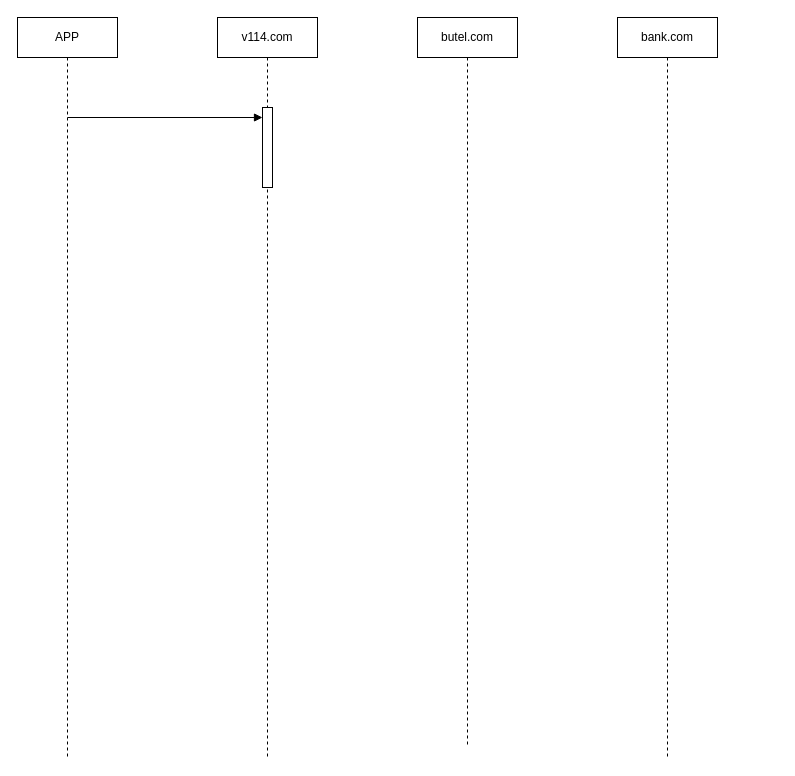
ssllkkyy/UML keeps this draw.io diagram as page "Page-1" (1 of 2) of 去红云cdn.drawio. Above is the earlier version. Source tidied: cells renumbered, new cells numbered last; positions are measured from the earlier drawing's top-left corner, leaving out a move shared by most shapes. Both pictures are drawn from the tidied source at 100%, with x=0, y=0 at pixel (17, 17).
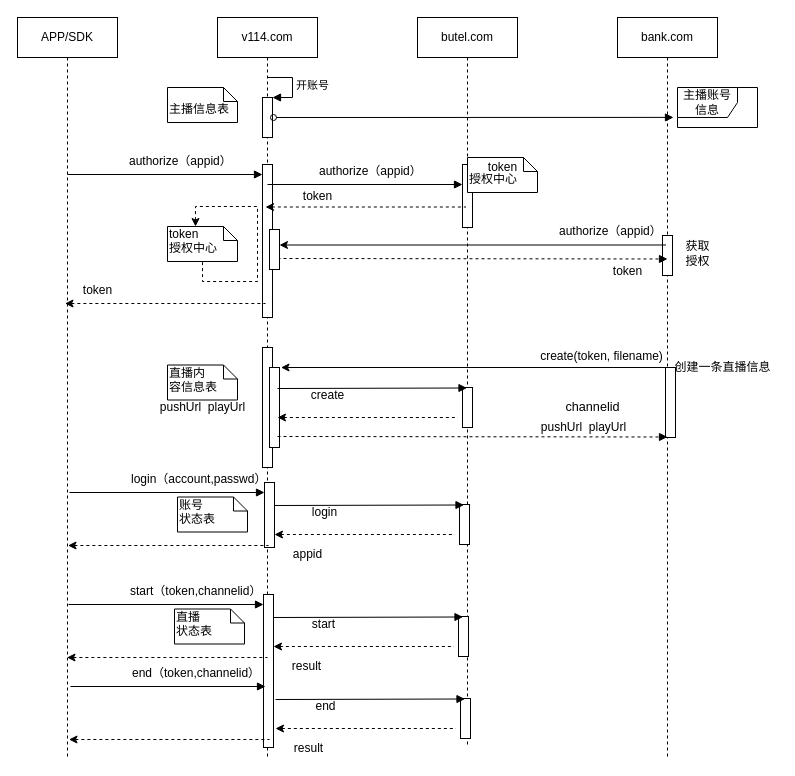
After the change.

The change refers to these unchanged cells:
```xml
<mxCell id="3" value="v114.com" style="shape=umlLifeline;perimeter=lifelinePerimeter;whiteSpace=wrap;html=1;" parent="1" vertex="1">
  <mxGeometry x="200" width="100" height="740" as="geometry" />
</mxCell>
<mxCell id="5" value="butel.com" style="shape=umlLifeline;perimeter=lifelinePerimeter;whiteSpace=wrap;html=1;" parent="1" vertex="1">
  <mxGeometry x="400" width="100" height="730" as="geometry" />
</mxCell>
<mxCell id="6" value="bank.com" style="shape=umlLifeline;perimeter=lifelinePerimeter;whiteSpace=wrap;html=1;" parent="1" vertex="1">
  <mxGeometry x="600" width="100" height="740" as="geometry" />
</mxCell>
```

Diff of the diagram source:
```diff
@@
-    <mxCell id="2" value="APP" style="shape=umlLifeline;perimeter=lifelinePerimeter;whiteSpace=wrap;html=1;" parent="1" vertex="1">
+    <mxCell id="2" value="APP/SDK" style="shape=umlLifeline;perimeter=lifelinePerimeter;whiteSpace=wrap;html=1;" parent="1" vertex="1">
       <mxGeometry width="100" height="740" as="geometry" />
     </mxCell>
@@
     <mxCell id="4" style="html=1;points=[];perimeter=orthogonalPerimeter;" parent="3" vertex="1">
-      <mxGeometry x="45" y="90" width="10" height="80" as="geometry" />
+      <mxGeometry x="45" y="147" width="10" height="153" as="geometry" />
     </mxCell>
+    <mxCell id="8" style="html=1;points=[];perimeter=orthogonalPerimeter;" parent="3" vertex="1">
+      <mxGeometry x="45" y="80" width="10" height="40" as="geometry" />
+    </mxCell>
+    <mxCell id="9" value="开账号" style="edgeStyle=orthogonalEdgeStyle;html=1;align=left;spacingLeft=2;endArrow=block;rounded=0;entryX=1;entryY=0;" parent="3" edge="1" target="8">
+      <mxGeometry relative="1" as="geometry">
+        <mxPoint x="50" y="60" as="sourcePoint" />
+        <Array as="points">
+          <mxPoint x="75" y="60" />
+        </Array>
+      </mxGeometry>
+    </mxCell>
+    <mxCell id="10" style="html=1;perimeter=orthogonalPerimeter;" parent="3" vertex="1">
+      <mxGeometry x="45" y="330" width="10" height="120" as="geometry" />
+    </mxCell>
@@
+    <mxCell id="11" style="html=1;perimeter=orthogonalPerimeter;" parent="5" vertex="1">
+      <mxGeometry x="45" y="147" width="10" height="63" as="geometry" />
+    </mxCell>
+    <mxCell id="12" style="html=1;perimeter=orthogonalPerimeter;" parent="5" vertex="1">
+      <mxGeometry x="45" y="370" width="10" height="40" as="geometry" />
+    </mxCell>
@@
+    <mxCell id="13" style="html=1;perimeter=orthogonalPerimeter;" parent="6" vertex="1">
+      <mxGeometry x="45" y="218" width="10" height="40" as="geometry" />
+    </mxCell>
+    <mxCell id="14" style="html=1;perimeter=orthogonalPerimeter;" parent="6" vertex="1">
+      <mxGeometry x="48" y="350" width="10" height="70" as="geometry" />
+    </mxCell>
     <mxCell id="7" style="html=1;verticalAlign=bottom;endArrow=block;" parent="1" edge="1" target="4">
       <mxGeometry x="1" y="71" relative="1" as="geometry">
-        <mxPoint x="50" y="100" as="sourcePoint" />
+        <mxPoint x="50" y="157" as="sourcePoint" />
         <mxPoint x="10" y="1" as="offset" />
       </mxGeometry>
     </mxCell>
+    <mxCell id="15" value="主播账号信息" style="shape=umlFrame;whiteSpace=wrap;html=1;" parent="1" vertex="1">
+      <mxGeometry x="660" y="70" width="80" height="40" as="geometry" />
+    </mxCell>
+    <mxCell id="16" style="endArrow=block;startArrow=oval;endFill=1;startFill=0;html=1;entryX=0.5;entryY=0.135;entryDx=0;entryDy=0;entryPerimeter=0;" parent="1" edge="1">
+      <mxGeometry relative="1" as="geometry">
+        <mxPoint x="256" y="100" as="sourcePoint" />
+        <mxPoint x="656" y="99.9" as="targetPoint" />
+      </mxGeometry>
+    </mxCell>
+    <mxCell id="17" value="&lt;br&gt;主播信息表" style="shape=note;whiteSpace=wrap;html=1;size=14;verticalAlign=top;align=left;spacingTop=-6;" parent="1" vertex="1">
+      <mxGeometry x="150" y="70" width="70" height="35" as="geometry" />
+    </mxCell>
+    <mxCell id="18" value="authorize（appid）" style="text;html=1;" parent="1" vertex="1">
+      <mxGeometry x="110" y="130" width="110" height="30" as="geometry" />
+    </mxCell>
+    <mxCell id="19" style="html=1;verticalAlign=bottom;endArrow=none;startArrow=classic;startFill=1;endFill=0;dashed=1;" parent="1" edge="1">
+      <mxGeometry x="1" y="71" relative="1" as="geometry">
+        <mxPoint x="47.5" y="286" as="sourcePoint" />
+        <mxPoint x="248" y="286" as="targetPoint" />
+        <mxPoint x="10" y="1" as="offset" />
+      </mxGeometry>
+    </mxCell>
+    <mxCell id="20" value="token" style="text;html=1;align=center;verticalAlign=middle;" parent="1" vertex="1">
+      <mxGeometry x="60" y="263" width="40" height="20" as="geometry" />
+    </mxCell>
+    <mxCell id="21" style="html=1;verticalAlign=bottom;endArrow=block;" parent="1" edge="1">
+      <mxGeometry x="1" y="71" relative="1" as="geometry">
+        <mxPoint x="250" y="167" as="sourcePoint" />
+        <mxPoint x="445" y="167" as="targetPoint" />
+        <mxPoint x="10" y="1" as="offset" />
+      </mxGeometry>
+    </mxCell>
+    <mxCell id="22" style="html=1;verticalAlign=bottom;endArrow=none;startArrow=classic;startFill=1;endFill=0;dashed=1;" parent="1" edge="1">
+      <mxGeometry x="1" y="71" relative="1" as="geometry">
+        <mxPoint x="248" y="189.5" as="sourcePoint" />
+        <mxPoint x="448.5" y="189.5" as="targetPoint" />
+        <mxPoint x="10" y="1" as="offset" />
+      </mxGeometry>
+    </mxCell>
+    <mxCell id="23" value="token" style="text;html=1;align=center;verticalAlign=middle;" parent="1" vertex="1">
+      <mxGeometry x="280" y="169" width="40" height="20" as="geometry" />
+    </mxCell>
+    <mxCell id="24" value="authorize（appid）" style="text;html=1;" parent="1" vertex="1">
+      <mxGeometry x="300" y="140" width="110" height="30" as="geometry" />
+    </mxCell>
+    <mxCell id="25" value="&lt;br&gt;授权中心" style="shape=note;whiteSpace=wrap;html=1;size=14;verticalAlign=top;align=left;spacingTop=-6;" parent="1" vertex="1">
+      <mxGeometry x="450" y="140" width="70" height="35" as="geometry" />
+    </mxCell>
+    <mxCell id="26" style="html=1;verticalAlign=bottom;endArrow=none;startArrow=classic;startFill=1;endFill=0;" parent="1" edge="1" source="30">
+      <mxGeometry x="1" y="71" relative="1" as="geometry">
+        <mxPoint x="648.5" y="227.5" as="targetPoint" />
+        <mxPoint x="10" y="1" as="offset" />
+      </mxGeometry>
+    </mxCell>
+    <mxCell id="27" value="token" style="text;html=1;align=center;verticalAlign=middle;" parent="1" vertex="1">
+      <mxGeometry x="465" y="140" width="40" height="20" as="geometry" />
+    </mxCell>
+    <mxCell id="28" style="html=1;verticalAlign=bottom;endArrow=block;dashed=1;" parent="1" edge="1">
+      <mxGeometry x="1" y="71" relative="1" as="geometry">
+        <mxPoint x="260" y="241" as="sourcePoint" />
+        <mxPoint x="650" y="241.5" as="targetPoint" />
+        <mxPoint x="10" y="1" as="offset" />
+      </mxGeometry>
+    </mxCell>
+    <mxCell id="29" value="获取&lt;br&gt;授权" style="text;html=1;align=center;verticalAlign=middle;" parent="1" vertex="1">
+      <mxGeometry x="660" y="221" width="40" height="30" as="geometry" />
+    </mxCell>
+    <mxCell id="30" style="html=1;points=[];perimeter=orthogonalPerimeter;" parent="1" vertex="1">
+      <mxGeometry x="252" y="212" width="10" height="40" as="geometry" />
+    </mxCell>
+    <mxCell id="31" value="authorize（appid）" style="text;html=1;" parent="1" vertex="1">
+      <mxGeometry x="540" y="200" width="110" height="30" as="geometry" />
+    </mxCell>
+    <mxCell id="32" value="token" style="text;html=1;align=center;verticalAlign=middle;" parent="1" vertex="1">
+      <mxGeometry x="590" y="244" width="40" height="20" as="geometry" />
+    </mxCell>
+    <mxCell id="33" style="html=1;verticalAlign=bottom;endArrow=none;startArrow=classic;startFill=1;endFill=0;" parent="1" edge="1">
+      <mxGeometry x="1" y="71" relative="1" as="geometry">
+        <mxPoint x="263.5" y="350" as="sourcePoint" />
+        <mxPoint x="650" y="350" as="targetPoint" />
+        <mxPoint x="10" y="1" as="offset" />
+      </mxGeometry>
+    </mxCell>
+    <mxCell id="34" style="html=1;perimeter=orthogonalPerimeter;" parent="1" vertex="1">
+      <mxGeometry x="252" y="350" width="10" height="80" as="geometry" />
+    </mxCell>
+    <mxCell id="35" style="html=1;verticalAlign=bottom;endArrow=block;dashed=1;" parent="1" edge="1">
+      <mxGeometry x="1" y="71" relative="1" as="geometry">
+        <mxPoint x="260" y="419" as="sourcePoint" />
+        <mxPoint x="650" y="419.5" as="targetPoint" />
+        <mxPoint x="10" y="1" as="offset" />
+      </mxGeometry>
+    </mxCell>
+    <mxCell id="36" value="创建一条直播信息" style="text;html=1;align=center;verticalAlign=middle;" parent="1" vertex="1">
+      <mxGeometry x="650" y="340" width="110" height="20" as="geometry" />
+    </mxCell>
+    <mxCell id="37" value="create(token, filename)" style="text;html=1;align=center;verticalAlign=middle;" parent="1" vertex="1">
+      <mxGeometry x="514" y="329" width="140" height="20" as="geometry" />
+    </mxCell>
+    <mxCell id="38" value="pushUrl&amp;nbsp; playUrl" style="text;html=1;align=center;verticalAlign=middle;" parent="1" vertex="1">
+      <mxGeometry x="516" y="400" width="100" height="20" as="geometry" />
+    </mxCell>
+    <mxCell id="39" style="html=1;verticalAlign=bottom;endArrow=block;" parent="1" edge="1">
+      <mxGeometry x="1" y="71" relative="1" as="geometry">
+        <mxPoint x="260" y="371" as="sourcePoint" />
+        <mxPoint x="449.5" y="370.5" as="targetPoint" />
+        <mxPoint x="10" y="1" as="offset" />
+      </mxGeometry>
+    </mxCell>
+    <mxCell id="40" style="html=1;verticalAlign=bottom;endArrow=none;startArrow=classic;startFill=1;endFill=0;dashed=1;" parent="1" edge="1">
+      <mxGeometry x="1" y="71" relative="1" as="geometry">
+        <mxPoint x="260" y="400" as="sourcePoint" />
+        <mxPoint x="440.5" y="400" as="targetPoint" />
+        <mxPoint x="10" y="1" as="offset" />
+      </mxGeometry>
+    </mxCell>
+    <mxCell id="41" value="create" style="text;html=1;align=center;verticalAlign=middle;" parent="1" vertex="1">
+      <mxGeometry x="285" y="368" width="50" height="20" as="geometry" />
+    </mxCell>
+    <mxCell id="42" value="pushUrl&amp;nbsp; playUrl" style="text;html=1;align=center;verticalAlign=middle;" parent="1" vertex="1">
+      <mxGeometry x="135" y="380" width="100" height="20" as="geometry" />
+    </mxCell>
+    <mxCell id="43" value="直播内&lt;br&gt;容信息表" style="shape=note;whiteSpace=wrap;html=1;size=14;verticalAlign=top;align=left;spacingTop=-6;" parent="1" vertex="1">
+      <mxGeometry x="150" y="347.5" width="70" height="35" as="geometry" />
+    </mxCell>
+    <mxCell id="44" value="token&lt;br&gt;授权中心" style="shape=note;whiteSpace=wrap;html=1;size=14;verticalAlign=top;align=left;spacingTop=-6;" parent="1" vertex="1">
+      <mxGeometry x="150" y="209" width="70" height="35" as="geometry" />
+    </mxCell>
+    <mxCell id="45" style="edgeStyle=orthogonalEdgeStyle;rounded=0;orthogonalLoop=1;jettySize=auto;html=1;exitX=0;exitY=0;exitDx=28;exitDy=0;exitPerimeter=0;dashed=1;startArrow=classic;startFill=1;endArrow=none;endFill=0;" parent="1" edge="1" source="44" target="44">
+      <mxGeometry relative="1" as="geometry" />
+    </mxCell>
+    <mxCell id="46" style="html=1;points=[];perimeter=orthogonalPerimeter;" parent="1" vertex="1">
+      <mxGeometry x="247" y="465" width="10" height="65" as="geometry" />
+    </mxCell>
+    <mxCell id="47" style="html=1;verticalAlign=bottom;endArrow=block;" parent="1" edge="1" target="46">
+      <mxGeometry x="1" y="71" relative="1" as="geometry">
+        <mxPoint x="52" y="475" as="sourcePoint" />
+        <mxPoint x="10" y="1" as="offset" />
+      </mxGeometry>
+    </mxCell>
+    <mxCell id="48" value="login（account,passwd）" style="text;html=1;" parent="1" vertex="1">
+      <mxGeometry x="112" y="448" width="110" height="30" as="geometry" />
+    </mxCell>
+    <mxCell id="49" style="html=1;verticalAlign=bottom;endArrow=none;startArrow=classic;startFill=1;endFill=0;dashed=1;" parent="1" edge="1">
+      <mxGeometry x="1" y="71" relative="1" as="geometry">
+        <mxPoint x="50.5" y="528" as="sourcePoint" />
+        <mxPoint x="251" y="528" as="targetPoint" />
+        <mxPoint x="10" y="1" as="offset" />
+      </mxGeometry>
+    </mxCell>
+    <mxCell id="50" value="appid" style="text;html=1;align=center;verticalAlign=middle;" parent="1" vertex="1">
+      <mxGeometry x="270" y="527" width="40" height="20" as="geometry" />
+    </mxCell>
+    <mxCell id="51" style="html=1;perimeter=orthogonalPerimeter;" parent="1" vertex="1">
+      <mxGeometry x="442" y="487" width="10" height="40" as="geometry" />
+    </mxCell>
+    <mxCell id="52" style="html=1;verticalAlign=bottom;endArrow=block;" parent="1" edge="1">
+      <mxGeometry x="1" y="71" relative="1" as="geometry">
+        <mxPoint x="257" y="488" as="sourcePoint" />
+        <mxPoint x="446.5" y="487.5" as="targetPoint" />
+        <mxPoint x="10" y="1" as="offset" />
+      </mxGeometry>
+    </mxCell>
+    <mxCell id="53" style="html=1;verticalAlign=bottom;endArrow=none;startArrow=classic;startFill=1;endFill=0;dashed=1;" parent="1" edge="1">
+      <mxGeometry x="1" y="71" relative="1" as="geometry">
+        <mxPoint x="257" y="517" as="sourcePoint" />
+        <mxPoint x="437.5" y="517" as="targetPoint" />
+        <mxPoint x="10" y="1" as="offset" />
+      </mxGeometry>
+    </mxCell>
+    <mxCell id="54" value="login" style="text;html=1;align=center;verticalAlign=middle;" parent="1" vertex="1">
+      <mxGeometry x="287" y="485" width="40" height="20" as="geometry" />
+    </mxCell>
+    <mxCell id="55" value="&lt;p class=&quot;MsoNormal&quot;&gt;&lt;span style=&quot;font-size: 9.5pt&quot;&gt;channelid&lt;/span&gt;&lt;/p&gt;" style="text;html=1;align=center;verticalAlign=middle;" parent="1" vertex="1">
+      <mxGeometry x="540" y="370" width="70" height="40" as="geometry" />
+    </mxCell>
+    <mxCell id="56" style="html=1;points=[];perimeter=orthogonalPerimeter;" parent="1" vertex="1">
+      <mxGeometry x="246" y="577" width="10" height="153" as="geometry" />
+    </mxCell>
+    <mxCell id="57" style="html=1;verticalAlign=bottom;endArrow=block;" parent="1" edge="1" target="56">
+      <mxGeometry x="1" y="71" relative="1" as="geometry">
+        <mxPoint x="51" y="587" as="sourcePoint" />
+        <mxPoint x="10" y="1" as="offset" />
+      </mxGeometry>
+    </mxCell>
+    <mxCell id="58" value="start（token,channelid）" style="text;html=1;" parent="1" vertex="1">
+      <mxGeometry x="111" y="560" width="110" height="30" as="geometry" />
+    </mxCell>
+    <mxCell id="59" style="html=1;verticalAlign=bottom;endArrow=none;startArrow=classic;startFill=1;endFill=0;dashed=1;" parent="1" edge="1">
+      <mxGeometry x="1" y="71" relative="1" as="geometry">
+        <mxPoint x="49.5" y="640" as="sourcePoint" />
+        <mxPoint x="250" y="640" as="targetPoint" />
+        <mxPoint x="10" y="1" as="offset" />
+      </mxGeometry>
+    </mxCell>
+    <mxCell id="60" value="result" style="text;html=1;align=center;verticalAlign=middle;" parent="1" vertex="1">
+      <mxGeometry x="269" y="639" width="40" height="20" as="geometry" />
+    </mxCell>
+    <mxCell id="61" style="html=1;perimeter=orthogonalPerimeter;" parent="1" vertex="1">
+      <mxGeometry x="441" y="599" width="10" height="40" as="geometry" />
+    </mxCell>
+    <mxCell id="62" style="html=1;verticalAlign=bottom;endArrow=block;" parent="1" edge="1">
+      <mxGeometry x="1" y="71" relative="1" as="geometry">
+        <mxPoint x="256" y="600" as="sourcePoint" />
+        <mxPoint x="445.5" y="599.5" as="targetPoint" />
+        <mxPoint x="10" y="1" as="offset" />
+      </mxGeometry>
+    </mxCell>
+    <mxCell id="63" style="html=1;verticalAlign=bottom;endArrow=none;startArrow=classic;startFill=1;endFill=0;dashed=1;" parent="1" edge="1">
+      <mxGeometry x="1" y="71" relative="1" as="geometry">
+        <mxPoint x="256" y="629" as="sourcePoint" />
+        <mxPoint x="436.5" y="629" as="targetPoint" />
+        <mxPoint x="10" y="1" as="offset" />
+      </mxGeometry>
+    </mxCell>
+    <mxCell id="64" value="start" style="text;html=1;align=center;verticalAlign=middle;" parent="1" vertex="1">
+      <mxGeometry x="286" y="597" width="40" height="20" as="geometry" />
+    </mxCell>
+    <mxCell id="65" value="账号&lt;br&gt;状态表" style="shape=note;whiteSpace=wrap;html=1;size=14;verticalAlign=top;align=left;spacingTop=-6;" parent="1" vertex="1">
+      <mxGeometry x="160" y="479.5" width="70" height="35" as="geometry" />
+    </mxCell>
+    <mxCell id="66" value="直播&lt;br&gt;状态表" style="shape=note;whiteSpace=wrap;html=1;size=14;verticalAlign=top;align=left;spacingTop=-6;" parent="1" vertex="1">
+      <mxGeometry x="157" y="591.5" width="70" height="35" as="geometry" />
+    </mxCell>
+    <mxCell id="67" style="html=1;verticalAlign=bottom;endArrow=block;" parent="1" edge="1">
+      <mxGeometry x="1" y="71" relative="1" as="geometry">
+        <mxPoint x="53" y="669" as="sourcePoint" />
+        <mxPoint x="248" y="669" as="targetPoint" />
+        <mxPoint x="10" y="1" as="offset" />
+      </mxGeometry>
+    </mxCell>
+    <mxCell id="68" value="end（token,channelid）" style="text;html=1;" parent="1" vertex="1">
+      <mxGeometry x="113" y="642" width="110" height="30" as="geometry" />
+    </mxCell>
+    <mxCell id="69" style="html=1;verticalAlign=bottom;endArrow=none;startArrow=classic;startFill=1;endFill=0;dashed=1;" parent="1" edge="1">
+      <mxGeometry x="1" y="71" relative="1" as="geometry">
+        <mxPoint x="51.5" y="722" as="sourcePoint" />
+        <mxPoint x="252" y="722" as="targetPoint" />
+        <mxPoint x="10" y="1" as="offset" />
+      </mxGeometry>
+    </mxCell>
+    <mxCell id="70" value="result" style="text;html=1;align=center;verticalAlign=middle;" parent="1" vertex="1">
+      <mxGeometry x="271" y="721" width="40" height="20" as="geometry" />
+    </mxCell>
+    <mxCell id="71" style="html=1;perimeter=orthogonalPerimeter;" parent="1" vertex="1">
+      <mxGeometry x="443" y="681" width="10" height="40" as="geometry" />
+    </mxCell>
+    <mxCell id="72" style="html=1;verticalAlign=bottom;endArrow=block;" parent="1" edge="1">
+      <mxGeometry x="1" y="71" relative="1" as="geometry">
+        <mxPoint x="258" y="682" as="sourcePoint" />
+        <mxPoint x="447.5" y="681.5" as="targetPoint" />
+        <mxPoint x="10" y="1" as="offset" />
+      </mxGeometry>
+    </mxCell>
+    <mxCell id="73" style="html=1;verticalAlign=bottom;endArrow=none;startArrow=classic;startFill=1;endFill=0;dashed=1;" parent="1" edge="1">
+      <mxGeometry x="1" y="71" relative="1" as="geometry">
+        <mxPoint x="258" y="711" as="sourcePoint" />
+        <mxPoint x="438.5" y="711" as="targetPoint" />
+        <mxPoint x="10" y="1" as="offset" />
+      </mxGeometry>
+    </mxCell>
+    <mxCell id="74" value="end" style="text;html=1;align=center;verticalAlign=middle;" parent="1" vertex="1">
+      <mxGeometry x="288" y="679" width="40" height="20" as="geometry" />
+    </mxCell>
```
